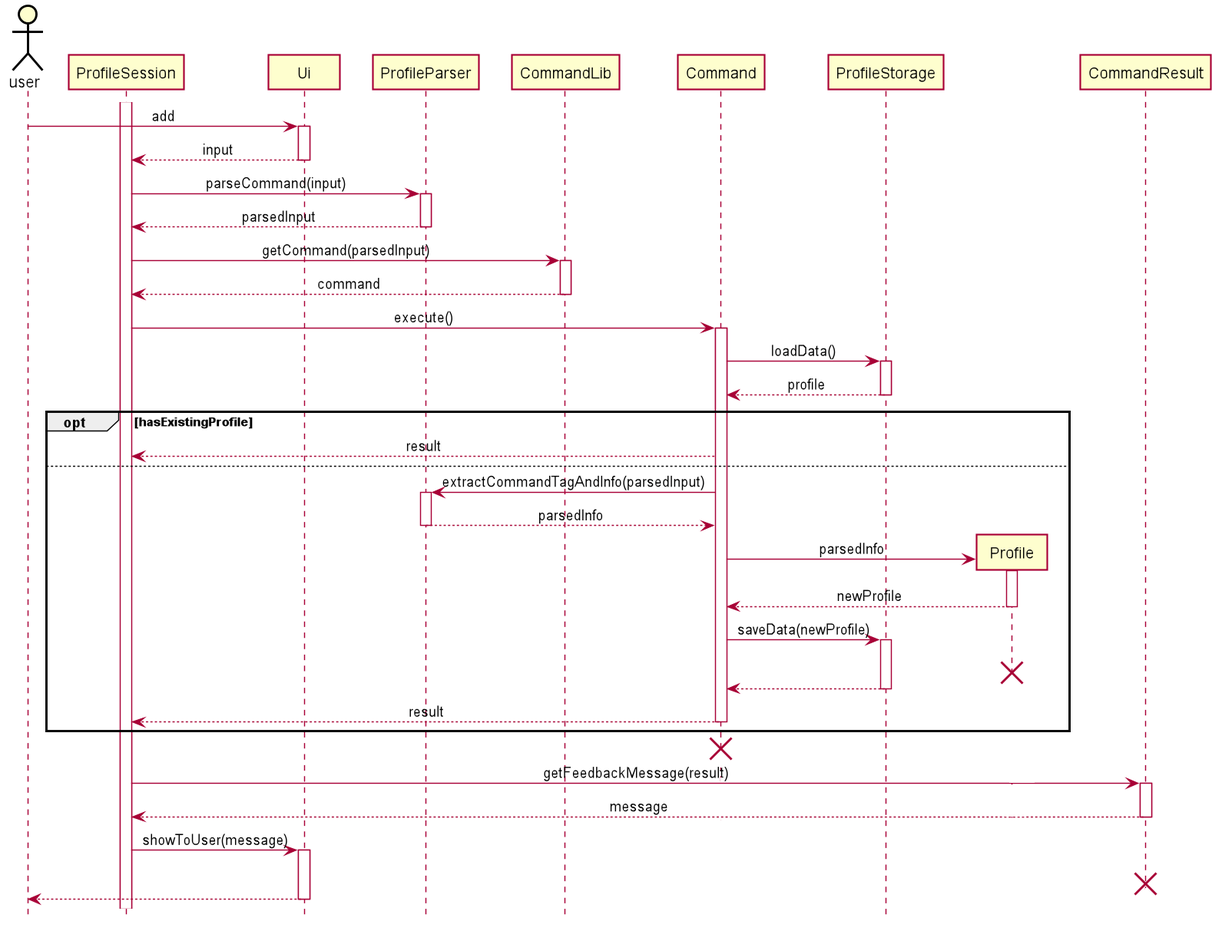
This is docs/pictures/khoa/AddProfile.png from zsk612/tp, a PlantUML export, as it was before one commit.
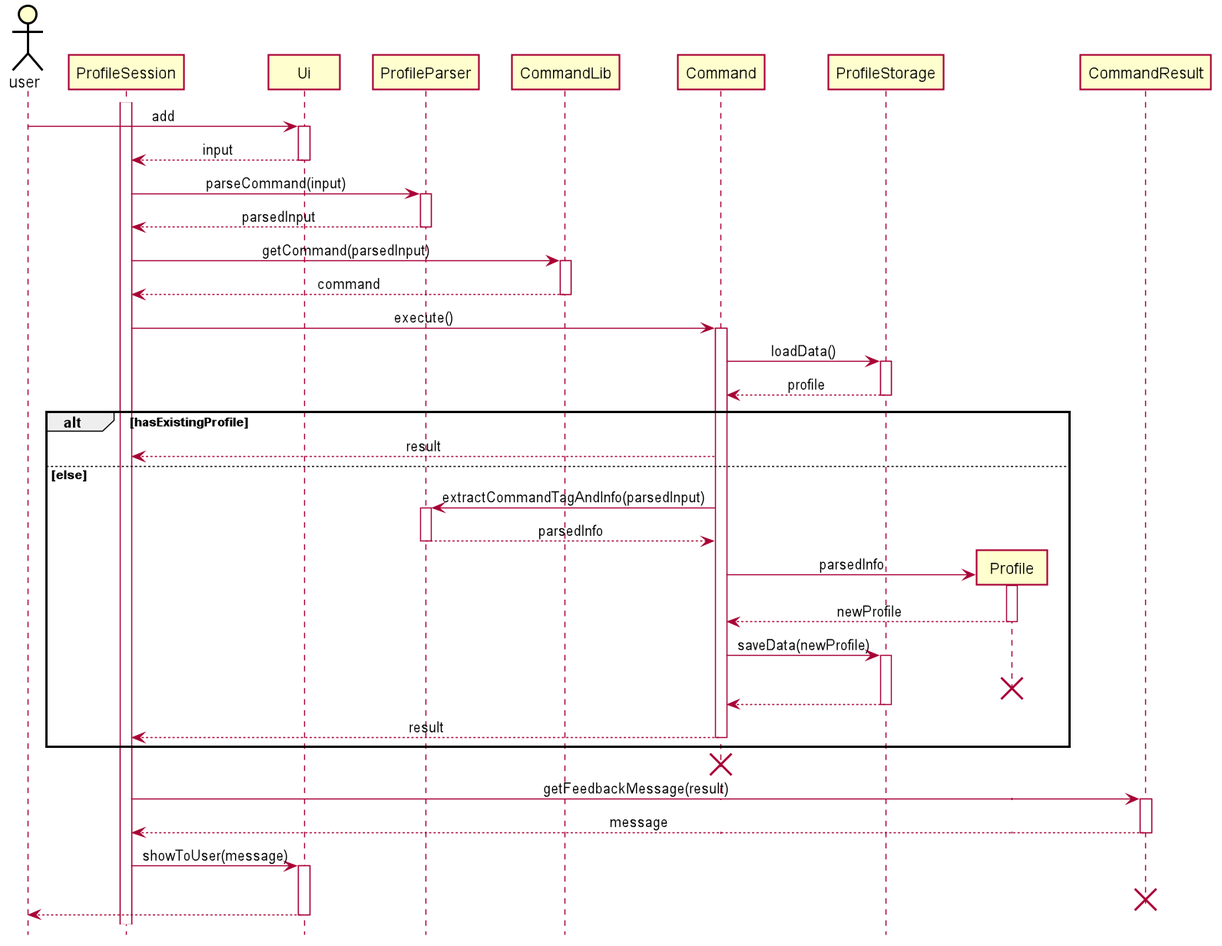
The same file after the commit.

Change to the diagram source:
```diff
@@ -56,9 +56,9 @@
 Command -> ProfileStorage ++ : loadData()
 ProfileStorage --> Command -- : profile
 
-opt hasExistingProfile
+alt hasExistingProfile
     Command --> ProfileSession : result
-else
+else else
     Command -> ProfileParser ++ : extractCommandTagAndInfo(parsedInput)
     ProfileParser --> Command -- : parsedInfo
     Command -> Profile ** : parsedInfo
```
